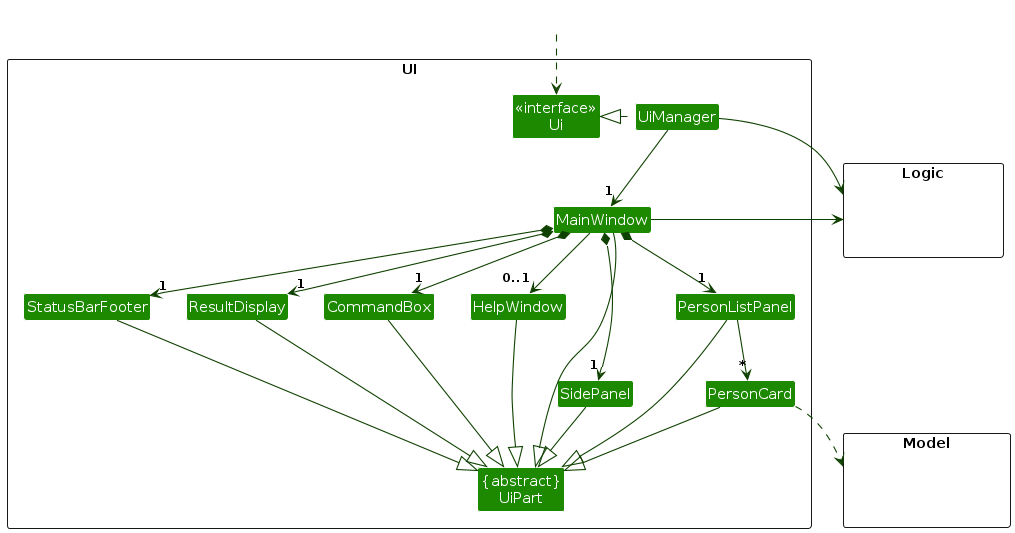
Earlier version of the PlantUML export diagrams/UiClassDiagram.png (teojunda/tp). Its source is kept beside it as diagrams/UiClassDiagram.puml.
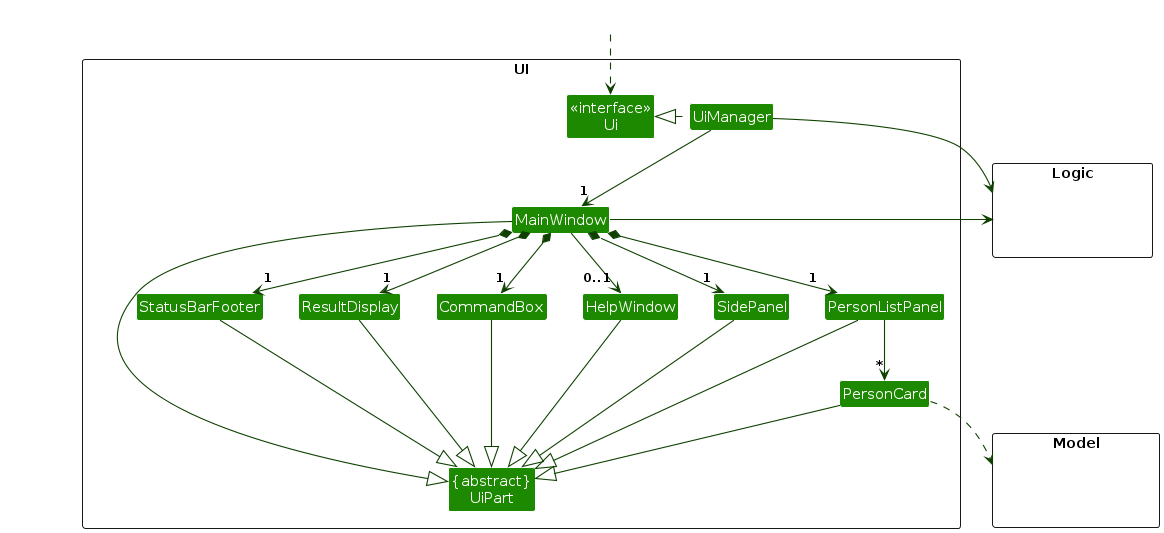
Later version of the same file.

The edit, as a diff of the source:
```diff
@@ -31,7 +31,7 @@
 
 UiManager .left.|> Ui
 UiManager -down-> "1" MainWindow
-MainWindow *-down->  "1" CommandBox
+MainWindow *-down-> "1" CommandBox
 MainWindow *-down-> "1" ResultDisplay
 MainWindow *-down-> "1" PersonListPanel
 MainWindow *-down-> "1" StatusBarFooter
@@ -54,7 +54,8 @@
 UiManager -right-> Logic
 MainWindow -left-> Logic
 
-PersonListPanel -[hidden]left- HelpWindow
+PersonListPanel -[hidden]left- SidePanel
+SidePanel -[hidden]left- HelpWindow
 HelpWindow -[hidden]left- CommandBox
 CommandBox -[hidden]left- ResultDisplay
 ResultDisplay -[hidden]left- StatusBarFooter
```
